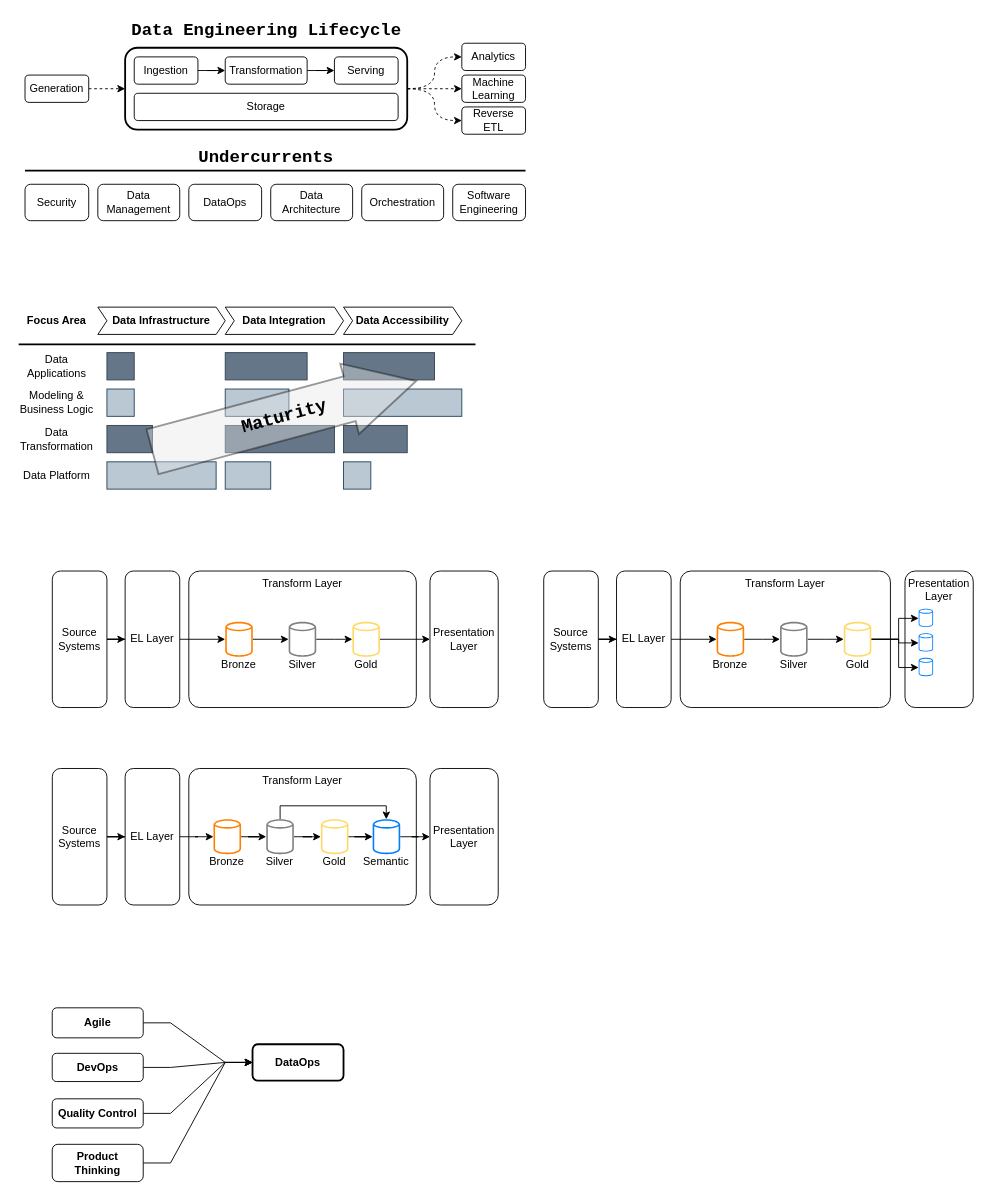
ddeutils/ddedocs keeps this draw.io diagram as assets/diagrams/data-engineer-common.drawio. Above is the earlier version. Source tidied: cells renumbered, new cells numbered last; positions are measured from the earlier drawing's top-left corner, leaving out a move shared by most shapes. Both pictures are drawn from the tidied source at 91%, with x=0, y=0 at pixel (15, 15).
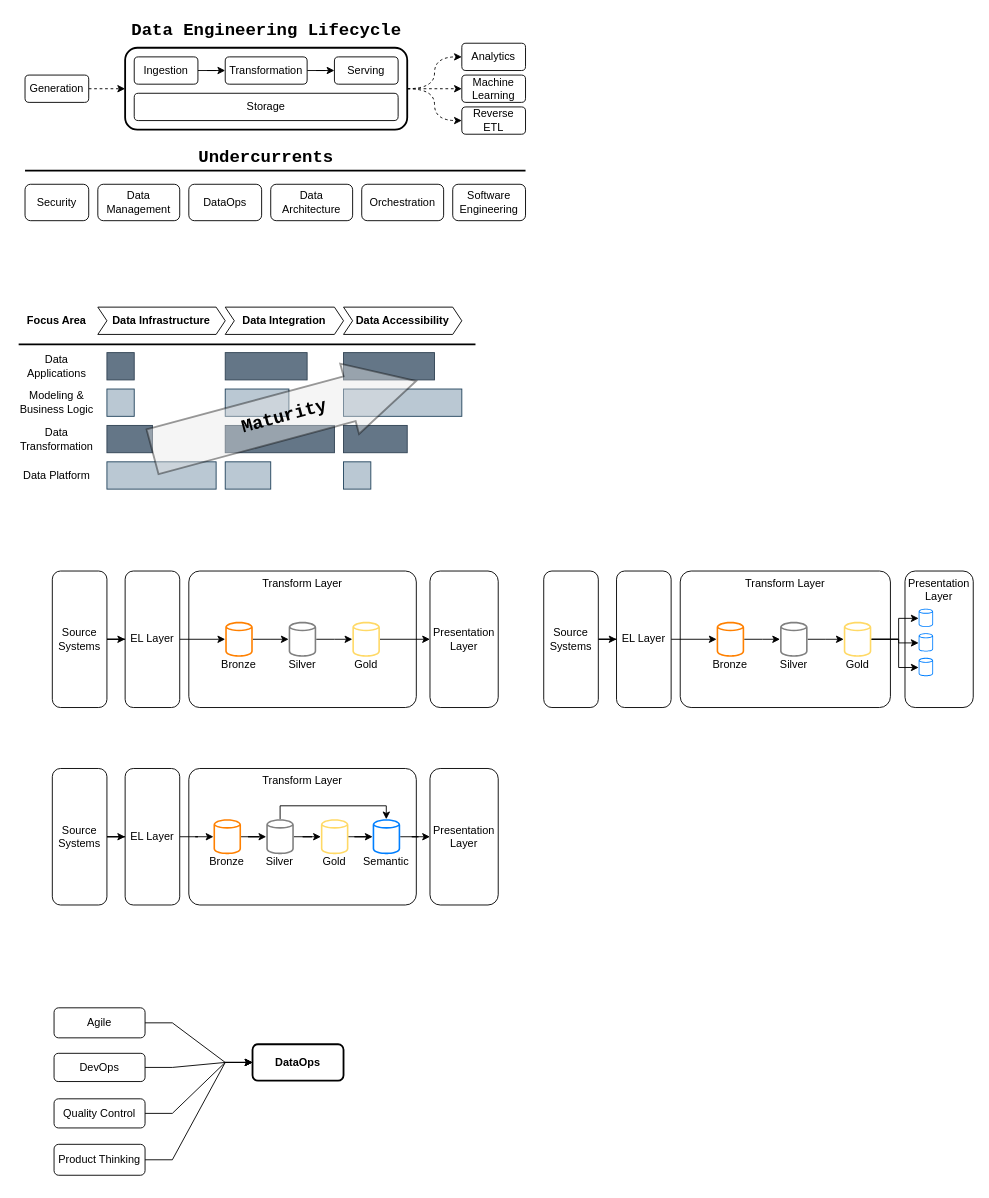
After the change.

The edit, as a diff of the source:
```diff
@@
-    <mxCell id="103" value="Agile" style="rounded=1;whiteSpace=wrap;html=1;fontStyle=1;" parent="1" vertex="1">
-      <mxGeometry x="39.9" y="1090" width="100" height="33" as="geometry" />
+    <mxCell id="103" value="Agile" style="rounded=1;whiteSpace=wrap;html=1;fontStyle=0;" parent="1" vertex="1">
+      <mxGeometry x="41.9" y="1090" width="100" height="33" as="geometry" />
     </mxCell>
@@
-    <mxCell id="105" value="DevOps" style="rounded=1;whiteSpace=wrap;html=1;fontStyle=1;" parent="1" vertex="1">
-      <mxGeometry x="39.9" y="1140" width="100" height="31" as="geometry" />
+    <mxCell id="105" value="DevOps" style="rounded=1;whiteSpace=wrap;html=1;fontStyle=0;" parent="1" vertex="1">
+      <mxGeometry x="41.9" y="1140" width="100" height="31" as="geometry" />
     </mxCell>
@@
-    <mxCell id="107" value="Quality Control" style="rounded=1;whiteSpace=wrap;html=1;fontStyle=1;" parent="1" vertex="1">
-      <mxGeometry x="39.9" y="1190" width="100" height="32" as="geometry" />
+    <mxCell id="107" value="Quality Control" style="rounded=1;whiteSpace=wrap;html=1;fontStyle=0;" parent="1" vertex="1">
+      <mxGeometry x="41.9" y="1190" width="100" height="32" as="geometry" />
     </mxCell>
@@
-    <mxCell id="109" value="Product Thinking" style="rounded=1;whiteSpace=wrap;html=1;fontStyle=1;" parent="1" vertex="1">
-      <mxGeometry x="39.9" y="1240" width="100" height="41" as="geometry" />
+    <mxCell id="109" value="Product Thinking" style="rounded=1;whiteSpace=wrap;html=1;fontStyle=0;" parent="1" vertex="1">
+      <mxGeometry x="41.9" y="1240" width="100" height="34" as="geometry" />
     </mxCell>
```
